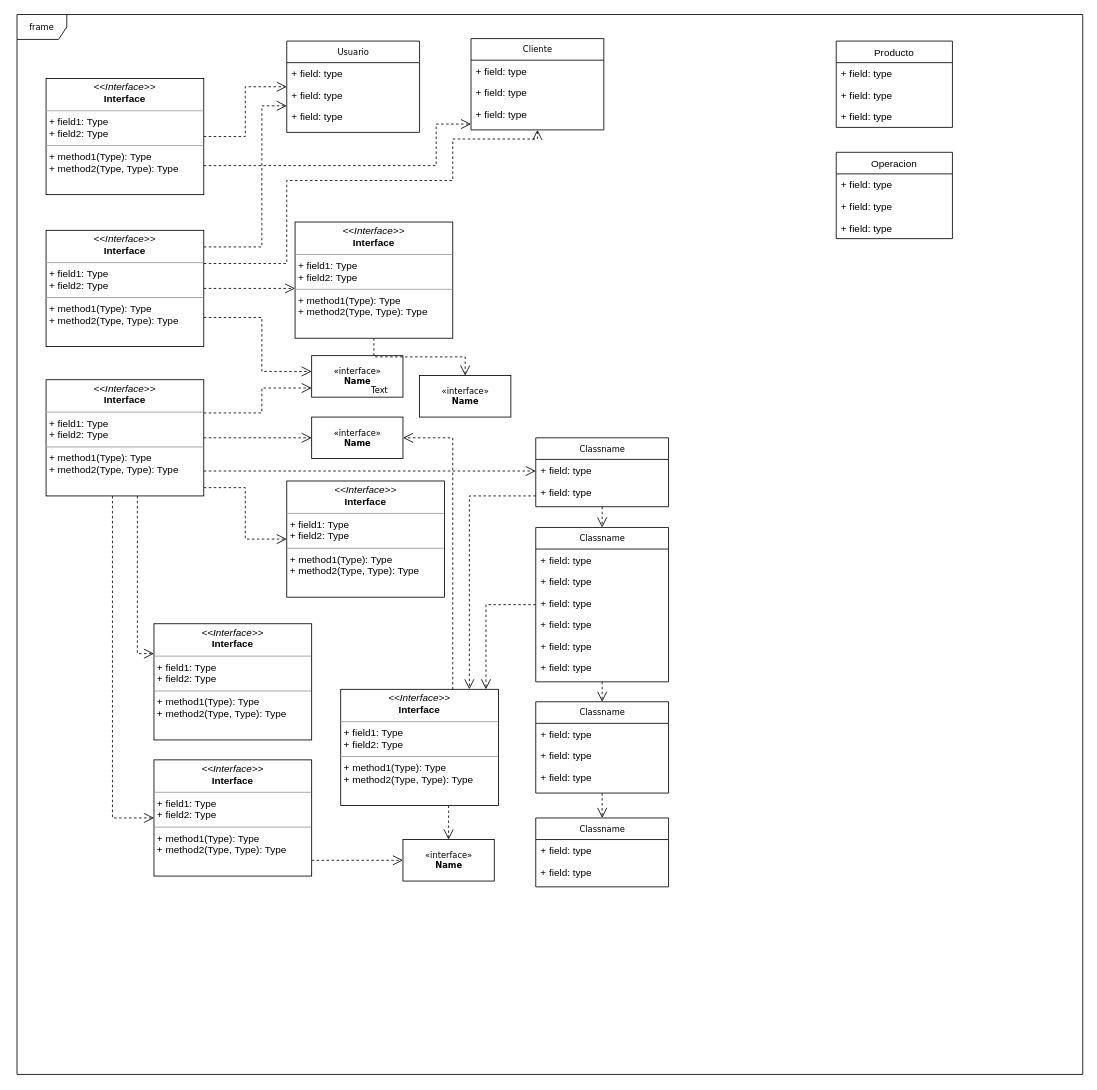
Above: Untitled Diagram.drawio in marcosluduea89/proyecto_programador (draw.io), before the change. Source tidied: cells renumbered, new cells numbered last; positions are measured from the earlier drawing's top-left corner, leaving out a move shared by most shapes. Both pictures are drawn from the tidied source at 83%, with x=0, y=0 at pixel (17, 14).
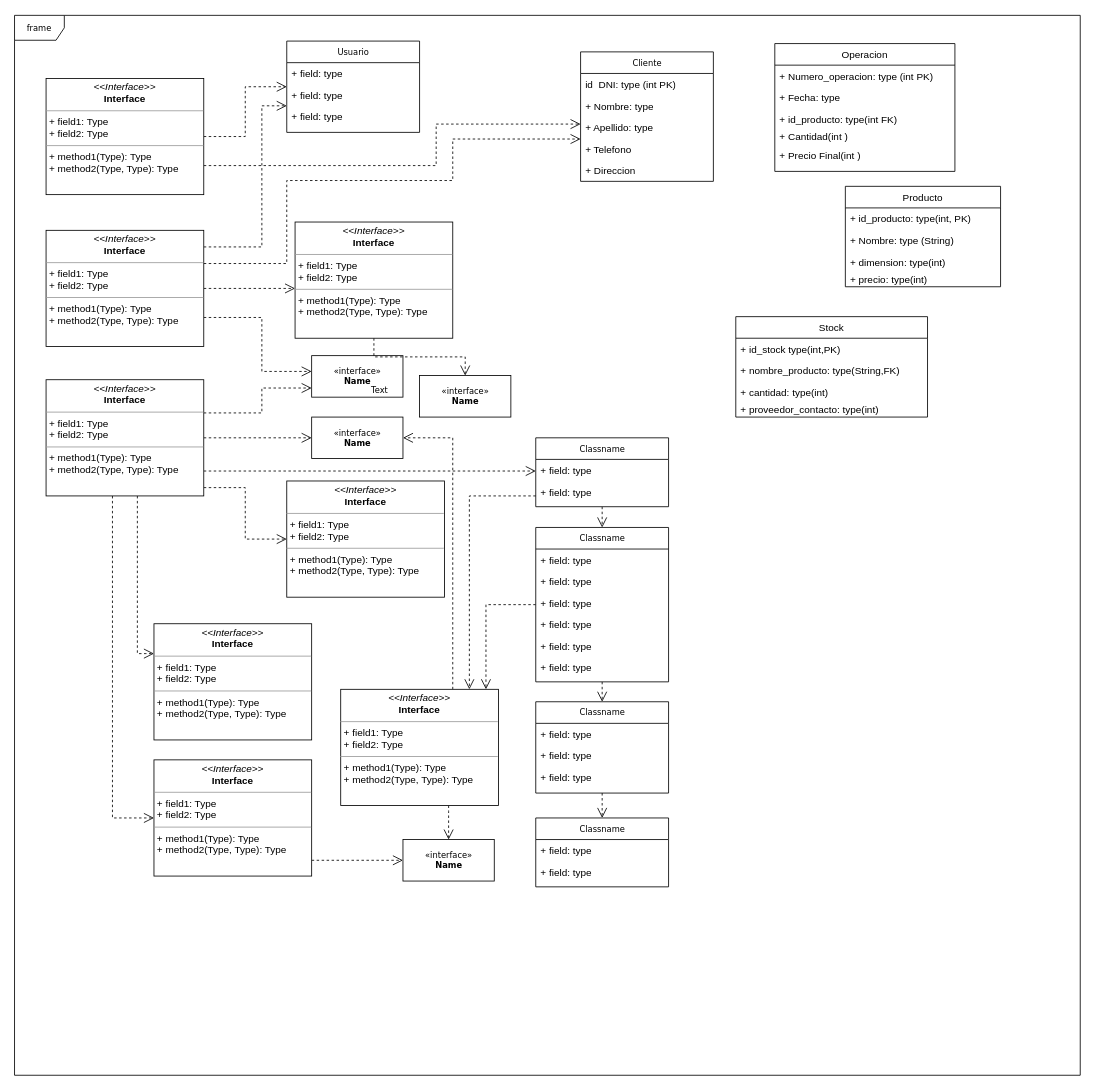
After the change.

What changed in the source:
```diff
@@
     <mxCell id="2" value="frame" style="shape=umlFrame;whiteSpace=wrap;html=1;rounded=0;shadow=0;comic=0;labelBackgroundColor=none;strokeWidth=1;fontFamily=Verdana;fontSize=10;align=center;" parent="1" vertex="1">
-      <mxGeometry width="1284" height="1277" as="geometry" />
+      <mxGeometry x="-3" y="1" width="1284" height="1277" as="geometry" />
     </mxCell>
@@
     <mxCell id="16" value="Cliente" style="swimlane;html=1;fontStyle=0;horizontal=1;startSize=26;fillColor=none;swimlaneFillColor=#ffffff;rounded=0;shadow=0;comic=0;labelBackgroundColor=none;strokeWidth=1;fontFamily=Verdana;fontSize=10;align=center;" parent="1" vertex="1">
-      <mxGeometry x="547" y="29" width="160" height="110" as="geometry" />
+      <mxGeometry x="679" y="45" width="160" height="156" as="geometry" />
     </mxCell>
-    <mxCell id="17" value="+ field: type" style="text;html=1;strokeColor=none;fillColor=none;align=left;verticalAlign=top;spacingLeft=4;spacingRight=4;whiteSpace=wrap;overflow=hidden;" parent="16" vertex="1">
+    <mxCell id="17" value="id&amp;nbsp; DNI: type (int PK)" style="text;html=1;strokeColor=none;fillColor=none;align=left;verticalAlign=top;spacingLeft=4;spacingRight=4;whiteSpace=wrap;overflow=hidden;" parent="16" vertex="1">
       <mxGeometry y="26" width="160" height="26" as="geometry" />
     </mxCell>
-    <mxCell id="18" value="+ field: type" style="text;html=1;strokeColor=none;fillColor=none;align=left;verticalAlign=top;spacingLeft=4;spacingRight=4;whiteSpace=wrap;overflow=hidden;" parent="16" vertex="1">
+    <mxCell id="18" value="+ Nombre: type" style="text;html=1;strokeColor=none;fillColor=none;align=left;verticalAlign=top;spacingLeft=4;spacingRight=4;whiteSpace=wrap;overflow=hidden;" parent="16" vertex="1">
       <mxGeometry y="52" width="160" height="26" as="geometry" />
     </mxCell>
-    <mxCell id="19" value="+ field: type" style="text;html=1;strokeColor=none;fillColor=none;align=left;verticalAlign=top;spacingLeft=4;spacingRight=4;whiteSpace=wrap;overflow=hidden;" parent="16" vertex="1">
+    <mxCell id="19" value="+ Apellido: type" style="text;html=1;strokeColor=none;fillColor=none;align=left;verticalAlign=top;spacingLeft=4;spacingRight=4;whiteSpace=wrap;overflow=hidden;" parent="16" vertex="1">
       <mxGeometry y="78" width="160" height="26" as="geometry" />
     </mxCell>
+    <mxCell id="70" value="+ Telefono" style="text;html=1;strokeColor=none;fillColor=none;align=left;verticalAlign=top;spacingLeft=4;spacingRight=4;whiteSpace=wrap;overflow=hidden;" parent="16" vertex="1">
+      <mxGeometry y="104" width="160" height="26" as="geometry" />
+    </mxCell>
+    <mxCell id="71" value="+ Direccion" style="text;html=1;strokeColor=none;fillColor=none;align=left;verticalAlign=top;spacingLeft=4;spacingRight=4;whiteSpace=wrap;overflow=hidden;" parent="16" vertex="1">
+      <mxGeometry y="130" width="160" height="26" as="geometry" />
+    </mxCell>
@@
     <mxCell id="62" value="Producto" style="swimlane;fontStyle=0;horizontal=1;startSize=26;fillColor=none;" parent="1" vertex="1">
-      <mxGeometry x="987" y="32" width="140" height="104" as="geometry" />
+      <mxGeometry x="998" y="207" width="187" height="121" as="geometry" />
     </mxCell>
-    <mxCell id="63" value="+ field: type" style="text;strokeColor=none;fillColor=none;align=left;verticalAlign=top;spacingLeft=4;spacingRight=4;overflow=hidden;" parent="62" vertex="1">
-      <mxGeometry y="26" width="140" height="26" as="geometry" />
+    <mxCell id="63" value="+ id_producto: type(int, PK)" style="text;strokeColor=none;fillColor=none;align=left;verticalAlign=top;spacingLeft=4;spacingRight=4;overflow=hidden;" parent="62" vertex="1">
+      <mxGeometry y="26" width="187" height="26" as="geometry" />
     </mxCell>
-    <mxCell id="64" value="+ field: type" style="text;strokeColor=none;fillColor=none;align=left;verticalAlign=top;spacingLeft=4;spacingRight=4;overflow=hidden;" parent="62" vertex="1">
-      <mxGeometry y="52" width="140" height="26" as="geometry" />
+    <mxCell id="64" value="+ Nombre: type (String)" style="text;strokeColor=none;fillColor=none;align=left;verticalAlign=top;spacingLeft=4;spacingRight=4;overflow=hidden;" parent="62" vertex="1">
+      <mxGeometry y="52" width="187" height="26" as="geometry" />
     </mxCell>
-    <mxCell id="65" value="+ field: type" style="text;strokeColor=none;fillColor=none;align=left;verticalAlign=top;spacingLeft=4;spacingRight=4;overflow=hidden;" parent="62" vertex="1">
-      <mxGeometry y="78" width="140" height="26" as="geometry" />
+    <mxCell id="65" value="+ dimension: type(int)" style="text;strokeColor=none;fillColor=none;align=left;verticalAlign=top;spacingLeft=4;spacingRight=4;overflow=hidden;" parent="62" vertex="1">
+      <mxGeometry y="78" width="187" height="21" as="geometry" />
     </mxCell>
+    <mxCell id="72" value="+ precio: type(int)" style="text;strokeColor=none;fillColor=none;align=left;verticalAlign=top;spacingLeft=4;spacingRight=4;overflow=hidden;" parent="62" vertex="1">
+      <mxGeometry y="99" width="187" height="22" as="geometry" />
+    </mxCell>
     <mxCell id="66" value="Operacion" style="swimlane;fontStyle=0;horizontal=1;startSize=26;fillColor=none;" parent="1" vertex="1">
-      <mxGeometry x="987" y="166" width="140" height="104" as="geometry" />
+      <mxGeometry x="913" y="35" width="217" height="154" as="geometry" />
     </mxCell>
-    <mxCell id="67" value="+ field: type" style="text;strokeColor=none;fillColor=none;align=left;verticalAlign=top;spacingLeft=4;spacingRight=4;overflow=hidden;" parent="66" vertex="1">
-      <mxGeometry y="26" width="140" height="26" as="geometry" />
+    <mxCell id="67" value="+ Numero_operacion: type (int PK)" style="text;strokeColor=none;fillColor=none;align=left;verticalAlign=top;spacingLeft=4;spacingRight=4;overflow=hidden;" parent="66" vertex="1">
+      <mxGeometry y="26" width="217" height="26" as="geometry" />
     </mxCell>
-    <mxCell id="68" value="+ field: type" style="text;strokeColor=none;fillColor=none;align=left;verticalAlign=top;spacingLeft=4;spacingRight=4;overflow=hidden;" parent="66" vertex="1">
-      <mxGeometry y="52" width="140" height="26" as="geometry" />
+    <mxCell id="68" value="+ Fecha: type" style="text;strokeColor=none;fillColor=none;align=left;verticalAlign=top;spacingLeft=4;spacingRight=4;overflow=hidden;" parent="66" vertex="1">
+      <mxGeometry y="52" width="217" height="26" as="geometry" />
     </mxCell>
+    <mxCell id="73" value="+ id_producto: type(int FK)" style="text;strokeColor=none;fillColor=none;align=left;verticalAlign=top;spacingLeft=4;spacingRight=4;overflow=hidden;" parent="66" vertex="1">
+      <mxGeometry y="78" width="217" height="21" as="geometry" />
+    </mxCell>
+    <mxCell id="74" value="+ Cantidad(int )" style="text;strokeColor=none;fillColor=none;align=left;verticalAlign=top;spacingLeft=4;spacingRight=4;overflow=hidden;" parent="66" vertex="1">
+      <mxGeometry y="99" width="217" height="22" as="geometry" />
+    </mxCell>
-    <mxCell id="69" value="+ field: type" style="text;strokeColor=none;fillColor=none;align=left;verticalAlign=top;spacingLeft=4;spacingRight=4;overflow=hidden;" parent="66" vertex="1">
-      <mxGeometry y="78" width="140" height="26" as="geometry" />
+    <mxCell id="69" value="+ Precio Final(int )" style="text;strokeColor=none;fillColor=none;align=left;verticalAlign=top;spacingLeft=4;spacingRight=4;overflow=hidden;" parent="66" vertex="1">
+      <mxGeometry y="121" width="217" height="33" as="geometry" />
     </mxCell>
+    <mxCell id="75" value="Stock" style="swimlane;fontStyle=0;horizontal=1;startSize=26;fillColor=none;" parent="1" vertex="1">
+      <mxGeometry x="866" y="364" width="231" height="121" as="geometry" />
+    </mxCell>
+    <mxCell id="76" value="+ id_stock type(int,PK)" style="text;strokeColor=none;fillColor=none;align=left;verticalAlign=top;spacingLeft=4;spacingRight=4;overflow=hidden;" parent="75" vertex="1">
+      <mxGeometry y="26" width="231" height="26" as="geometry" />
+    </mxCell>
+    <mxCell id="77" value="+ nombre_producto: type(String,FK)" style="text;strokeColor=none;fillColor=none;align=left;verticalAlign=top;spacingLeft=4;spacingRight=4;overflow=hidden;" parent="75" vertex="1">
+      <mxGeometry y="52" width="231" height="26" as="geometry" />
+    </mxCell>
+    <mxCell id="78" value="+ cantidad: type(int)" style="text;strokeColor=none;fillColor=none;align=left;verticalAlign=top;spacingLeft=4;spacingRight=4;overflow=hidden;" parent="75" vertex="1">
+      <mxGeometry y="78" width="231" height="21" as="geometry" />
+    </mxCell>
+    <mxCell id="79" value="+ proveedor_contacto: type(int)" style="text;strokeColor=none;fillColor=none;align=left;verticalAlign=top;spacingLeft=4;spacingRight=4;overflow=hidden;" parent="75" vertex="1">
+      <mxGeometry y="99" width="231" height="22" as="geometry" />
+    </mxCell>
```
